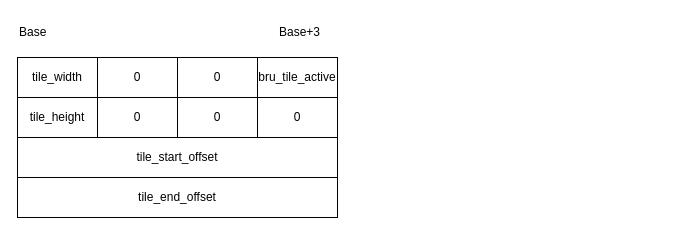
Before: page "tile" (3 of 5) of av2_input_buffers.drawio in chenmin82/diagrams, a draw.io diagram. Source tidied: cells renumbered, new cells numbered last; positions are measured from the earlier drawing's top-left corner, leaving out a move shared by most shapes. Both pictures are drawn from the tidied source at 100%, with x=0, y=0 at pixel (17, 17).
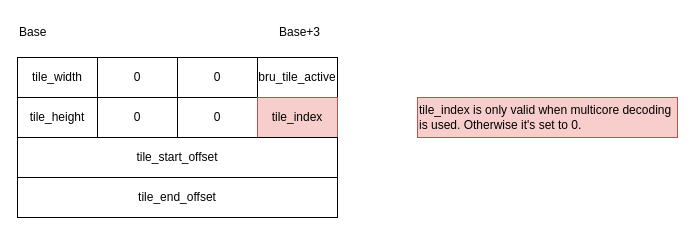
After the change.

The edit, as a diff of the source:
```diff
@@
 <mxGraphModel>
   <root>
     <mxCell id="0" />
     <mxCell id="1" parent="0" />
     <mxCell id="2" value="tile_width" style="rounded=0;whiteSpace=wrap;html=1;" parent="1" vertex="1">
       <mxGeometry y="40" width="80" height="40" as="geometry" />
     </mxCell>
     <mxCell id="3" value="0" style="rounded=0;whiteSpace=wrap;html=1;" parent="1" vertex="1">
       <mxGeometry x="80" y="40" width="80" height="40" as="geometry" />
     </mxCell>
     <mxCell id="4" value="0" style="rounded=0;whiteSpace=wrap;html=1;" parent="1" vertex="1">
       <mxGeometry x="160" y="40" width="80" height="40" as="geometry" />
     </mxCell>
     <mxCell id="5" value="bru_tile_active" style="rounded=0;whiteSpace=wrap;html=1;" parent="1" vertex="1">
       <mxGeometry x="240" y="40" width="80" height="40" as="geometry" />
     </mxCell>
     <mxCell id="6" value="tile_height" style="rounded=0;whiteSpace=wrap;html=1;" parent="1" vertex="1">
       <mxGeometry y="80" width="80" height="40" as="geometry" />
     </mxCell>
     <mxCell id="7" value="0" style="rounded=0;whiteSpace=wrap;html=1;" parent="1" vertex="1">
       <mxGeometry x="80" y="80" width="80" height="40" as="geometry" />
     </mxCell>
     <mxCell id="8" value="0" style="rounded=0;whiteSpace=wrap;html=1;" parent="1" vertex="1">
       <mxGeometry x="160" y="80" width="80" height="40" as="geometry" />
     </mxCell>
-    <mxCell id="9" value="0" style="rounded=0;whiteSpace=wrap;html=1;" parent="1" vertex="1">
+    <mxCell id="9" value="tile_index" style="rounded=0;whiteSpace=wrap;html=1;fillColor=#f8cecc;strokeColor=#b85450;" parent="1" vertex="1">
       <mxGeometry x="240" y="80" width="80" height="40" as="geometry" />
     </mxCell>
     <mxCell id="10" value="tile_start_offset" style="rounded=0;whiteSpace=wrap;html=1;" parent="1" vertex="1">
       <mxGeometry y="120" width="320" height="40" as="geometry" />
     </mxCell>
     <mxCell id="11" value="tile_end_offset" style="rounded=0;whiteSpace=wrap;html=1;" parent="1" vertex="1">
       <mxGeometry y="160" width="320" height="40" as="geometry" />
     </mxCell>
     <mxCell id="12" value="Base" style="text;html=1;whiteSpace=wrap;strokeColor=none;fillColor=none;align=left;verticalAlign=middle;rounded=0;" parent="1" vertex="1">
       <mxGeometry width="60" height="30" as="geometry" />
     </mxCell>
     <mxCell id="13" value="Base+3" style="text;html=1;whiteSpace=wrap;strokeColor=none;fillColor=none;align=left;verticalAlign=middle;rounded=0;" parent="1" vertex="1">
       <mxGeometry x="260" width="60" height="30" as="geometry" />
     </mxCell>
+    <mxCell id="14" value="tile_index is only valid when multicore decoding is used. Otherwise it's set to 0." style="text;html=1;whiteSpace=wrap;strokeColor=#b85450;fillColor=#f8cecc;align=left;verticalAlign=middle;rounded=0;" parent="1" vertex="1">
+      <mxGeometry x="400" y="80" width="260" height="40" as="geometry" />
+    </mxCell>
   </root>
 </mxGraphModel>
```
